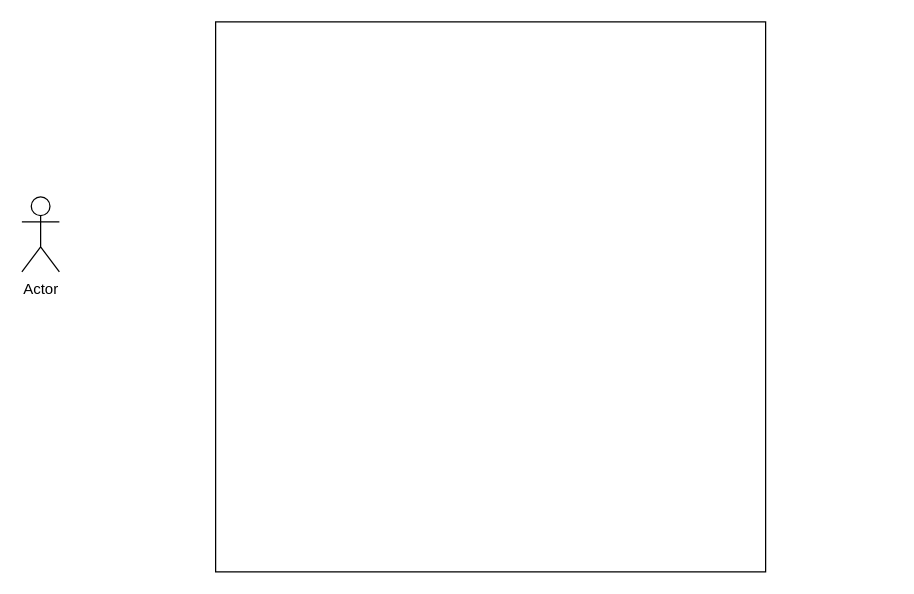
Before: SWD.drawio in ThaiCLK/thaiclk, a draw.io diagram. Source tidied: cells renumbered, new cells numbered last; positions are measured from the earlier drawing's top-left corner, leaving out a move shared by most shapes. Both pictures are drawn from the tidied source at 125%, with x=0, y=0 at pixel (21, 21).
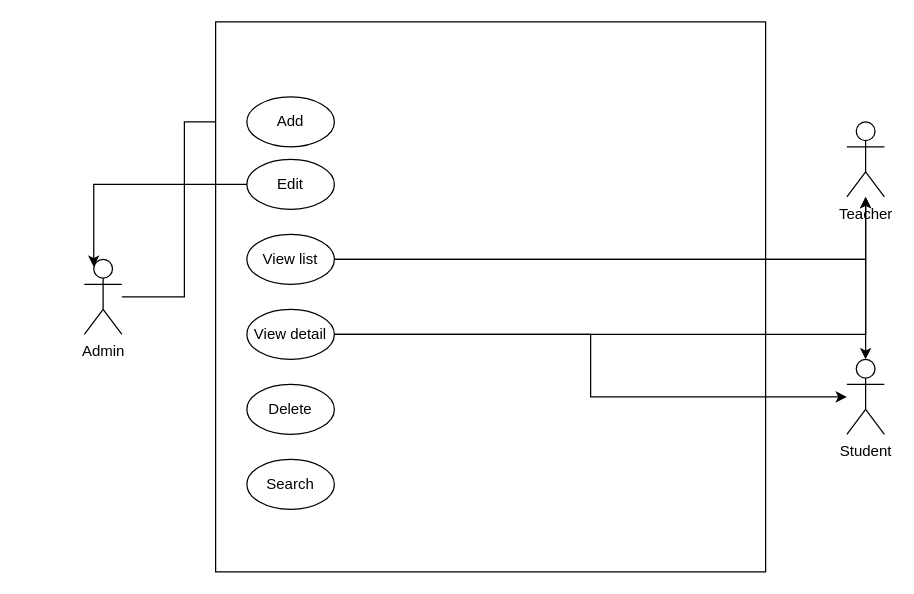
After the change.

Change to the diagram source:
```diff
@@
 <mxGraphModel>
   <root>
     <mxCell id="0" />
     <mxCell id="1" parent="0" />
+    <mxCell id="4" style="edgeStyle=orthogonalEdgeStyle;rounded=0;jettySize=auto;html=1;entryX=0;entryY=0.5;entryDx=0;entryDy=0;" parent="1" edge="1" source="2" target="5">
+      <mxGeometry relative="1" as="geometry" />
+    </mxCell>
-    <mxCell id="2" value="Actor" style="shape=umlActor;verticalLabelPosition=bottom;verticalAlign=top;html=1;outlineConnect=0;" parent="1" vertex="1">
-      <mxGeometry y="140" width="30" height="60" as="geometry" />
+    <mxCell id="2" value="Admin" style="shape=umlActor;verticalLabelPosition=bottom;verticalAlign=top;html=1;outlineConnect=0;" parent="1" vertex="1">
+      <mxGeometry x="50" y="190" width="30" height="60" as="geometry" />
     </mxCell>
     <mxCell id="3" style="whiteSpace=wrap;html=1;" parent="1" vertex="1">
       <mxGeometry x="155" width="440" height="440" as="geometry" />
     </mxCell>
+    <mxCell id="5" value="Add" style="ellipse;whiteSpace=wrap;html=1;" parent="1" vertex="1">
+      <mxGeometry x="180" y="60" width="70" height="40" as="geometry" />
+    </mxCell>
+    <mxCell id="6" value="Edit" style="ellipse;whiteSpace=wrap;html=1;" parent="1" vertex="1">
+      <mxGeometry x="180" y="110" width="70" height="40" as="geometry" />
+    </mxCell>
+    <mxCell id="7" style="edgeStyle=orthogonalEdgeStyle;rounded=0;jettySize=auto;html=1;exitX=1;exitY=0.5;exitDx=0;exitDy=0;" parent="1" edge="1" source="9" target="16">
+      <mxGeometry relative="1" as="geometry" />
+    </mxCell>
+    <mxCell id="8" style="edgeStyle=orthogonalEdgeStyle;rounded=0;jettySize=auto;html=1;" parent="1" edge="1" source="9" target="15">
+      <mxGeometry relative="1" as="geometry" />
+    </mxCell>
+    <mxCell id="9" value="View list" style="ellipse;whiteSpace=wrap;html=1;" parent="1" vertex="1">
+      <mxGeometry x="180" y="170" width="70" height="40" as="geometry" />
+    </mxCell>
+    <mxCell id="10" style="edgeStyle=orthogonalEdgeStyle;rounded=0;jettySize=auto;html=1;" parent="1" edge="1" source="12" target="16">
+      <mxGeometry relative="1" as="geometry">
+        <Array as="points">
+          <mxPoint x="675" y="250" />
+        </Array>
+      </mxGeometry>
+    </mxCell>
+    <mxCell id="11" style="edgeStyle=orthogonalEdgeStyle;rounded=0;jettySize=auto;html=1;" parent="1" edge="1" source="12" target="15">
+      <mxGeometry relative="1" as="geometry" />
+    </mxCell>
+    <mxCell id="12" value="View detail" style="ellipse;whiteSpace=wrap;html=1;" parent="1" vertex="1">
+      <mxGeometry x="180" y="230" width="70" height="40" as="geometry" />
+    </mxCell>
+    <mxCell id="13" value="Search" style="ellipse;whiteSpace=wrap;html=1;" parent="1" vertex="1">
+      <mxGeometry x="180" y="350" width="70" height="40" as="geometry" />
+    </mxCell>
+    <mxCell id="14" value="Delete" style="ellipse;whiteSpace=wrap;html=1;" parent="1" vertex="1">
+      <mxGeometry x="180" y="290" width="70" height="40" as="geometry" />
+    </mxCell>
+    <mxCell id="15" value="Student" style="shape=umlActor;verticalLabelPosition=bottom;verticalAlign=top;html=1;outlineConnect=0;" parent="1" vertex="1">
+      <mxGeometry x="660" y="270" width="30" height="60" as="geometry" />
+    </mxCell>
+    <mxCell id="16" value="Teacher" style="shape=umlActor;verticalLabelPosition=bottom;verticalAlign=top;html=1;outlineConnect=0;" parent="1" vertex="1">
+      <mxGeometry x="660" y="80" width="30" height="60" as="geometry" />
+    </mxCell>
+    <mxCell id="17" style="edgeStyle=orthogonalEdgeStyle;rounded=0;jettySize=auto;html=1;entryX=0.25;entryY=0.1;entryDx=0;entryDy=0;entryPerimeter=0;" parent="1" edge="1" source="6" target="2">
+      <mxGeometry relative="1" as="geometry" />
+    </mxCell>
   </root>
 </mxGraphModel>
```
